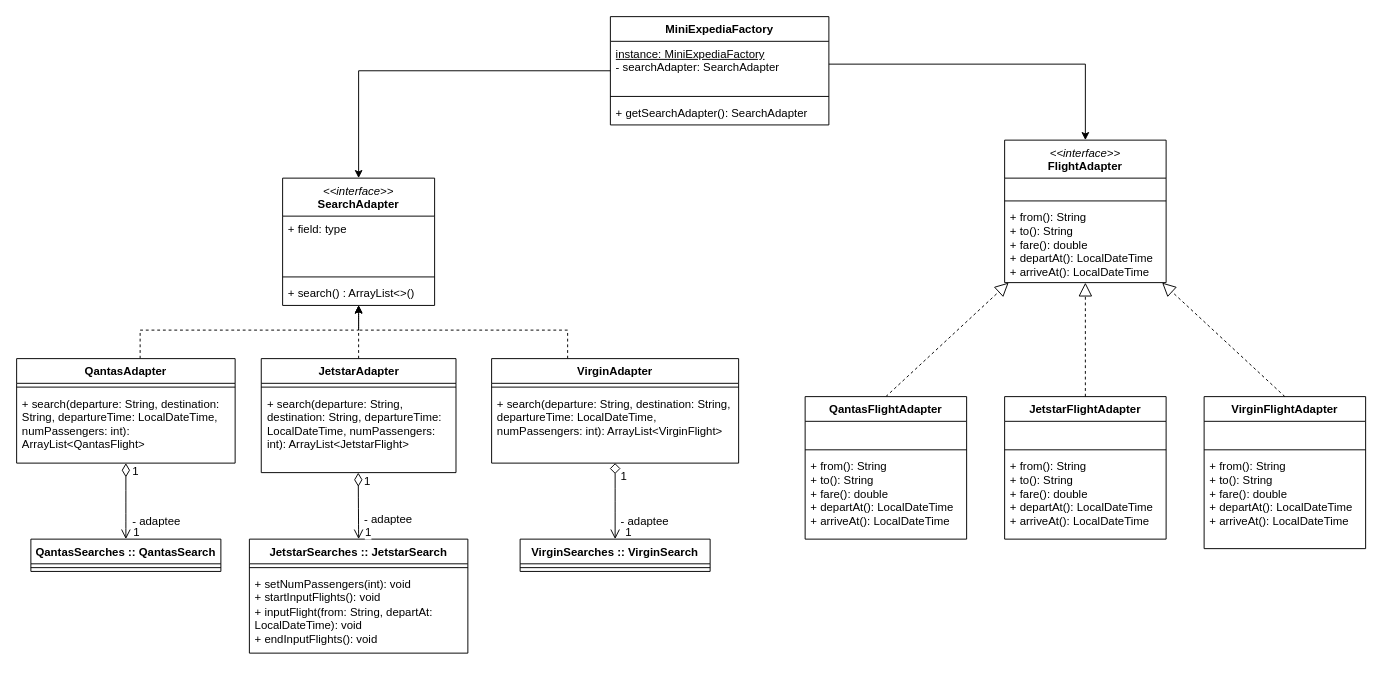
antonykimuom/SWEN30006-2025-SM1-workshop1-tuew05-14-00-team-12 keeps this draw.io diagram as page "Page-1" (1 of 2) of workshop8-week9.drawio. Above is the earlier version. Source tidied: cells renumbered, new cells numbered last; positions are measured from the earlier drawing's top-left corner, leaving out a move shared by most shapes. Both pictures are drawn from the tidied source at 95%, with x=0, y=0 at pixel (16, 16).
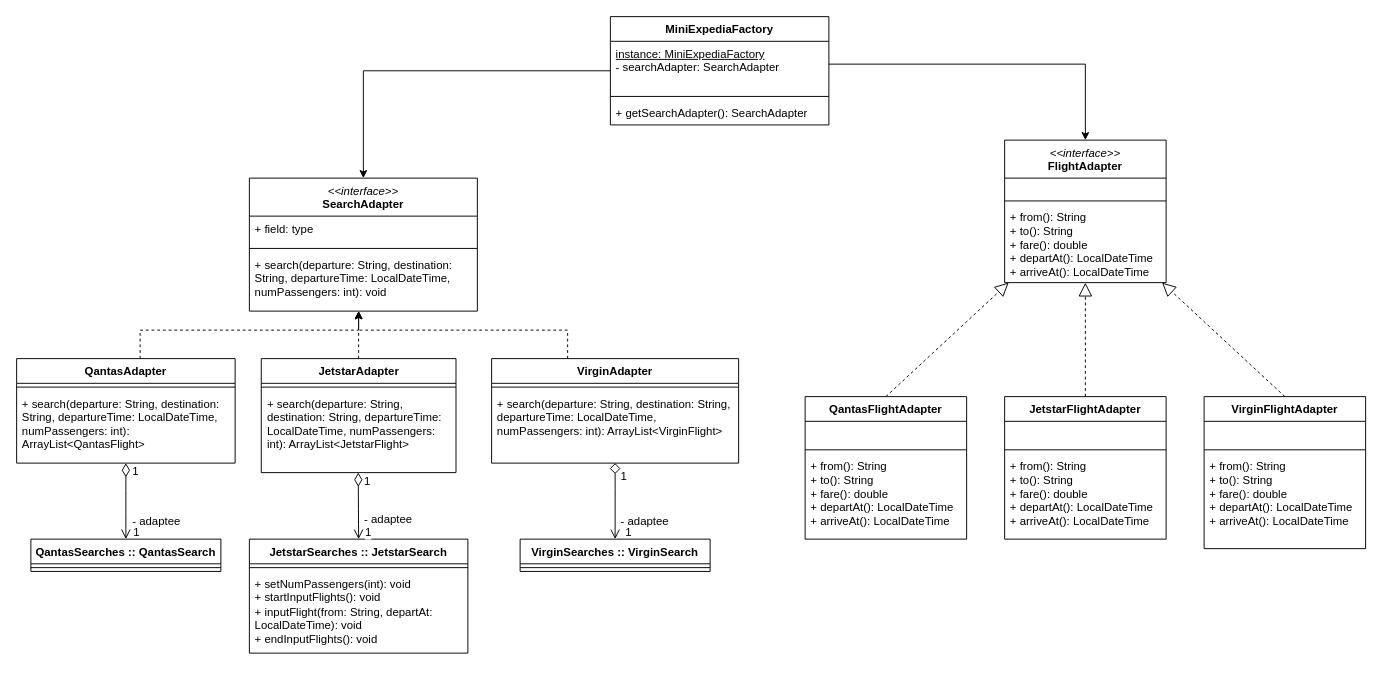
The same diagram, later.

Unchanged cells that the change refers to:
```xml
<mxCell id="17" value="JetstarAdapter" style="swimlane;fontStyle=1;align=center;verticalAlign=top;horizontal=1;startSize=26;whiteSpace=wrap;html=1;" parent="1" vertex="1">
  <mxGeometry x="257.5" y="360" width="205" height="120" as="geometry" />
</mxCell>
```

Diff of the diagram source:
```diff
@@
     <mxCell id="6" value="&lt;div&gt;&lt;span style=&quot;font-weight: normal;&quot;&gt;&lt;i&gt;&amp;lt;&amp;lt;interface&amp;gt;&amp;gt;&lt;/i&gt;&lt;/span&gt;&lt;/div&gt;SearchAdapter" style="swimlane;fontStyle=1;align=center;verticalAlign=top;horizontal=1;startSize=40;whiteSpace=wrap;html=1;" parent="1" vertex="1">
-      <mxGeometry x="280" y="170" width="160" height="134" as="geometry" />
+      <mxGeometry x="245" y="170" width="240" height="140" as="geometry" />
     </mxCell>
     <mxCell id="7" value="+ field: type" style="text;strokeColor=none;fillColor=none;align=left;verticalAlign=top;spacingLeft=4;spacingRight=4;overflow=hidden;whiteSpace=wrap;html=1;" parent="6" vertex="1">
-      <mxGeometry y="40" width="160" height="60" as="geometry" />
+      <mxGeometry y="40" width="240" height="30" as="geometry" />
     </mxCell>
     <mxCell id="8" style="line;strokeWidth=1;fillColor=none;align=left;verticalAlign=middle;spacingTop=-1;spacingLeft=3;spacingRight=3;labelPosition=right;strokeColor=inherit;" parent="6" vertex="1">
-      <mxGeometry y="100" width="160" height="8" as="geometry" />
+      <mxGeometry y="70" width="240" height="8" as="geometry" />
     </mxCell>
-    <mxCell id="9" value="+ search() : ArrayList&amp;lt;&amp;gt;()" style="text;strokeColor=none;fillColor=none;align=left;verticalAlign=top;spacingLeft=4;spacingRight=4;overflow=hidden;whiteSpace=wrap;html=1;" parent="6" vertex="1">
-      <mxGeometry y="108" width="160" height="26" as="geometry" />
+    <mxCell id="9" value="+ search(departure: String, destination: String, departureTime: LocalDateTime, numPassengers: int): void" style="text;strokeColor=none;fillColor=none;align=left;verticalAlign=top;spacingLeft=4;spacingRight=4;overflow=hidden;whiteSpace=wrap;html=1;" parent="6" vertex="1">
+      <mxGeometry y="78" width="240" height="62" as="geometry" />
     </mxCell>
@@
     <mxCell id="11" style="edgeStyle=orthogonalEdgeStyle;rounded=0;jettySize=auto;html=1;dashed=1;" parent="1" edge="1" source="17" target="6">
-      <mxGeometry relative="1" as="geometry" />
+      <mxGeometry relative="1" as="geometry">
+        <Array as="points">
+          <mxPoint x="360" y="320" />
+          <mxPoint x="360" y="320" />
+        </Array>
+      </mxGeometry>
     </mxCell>
```
